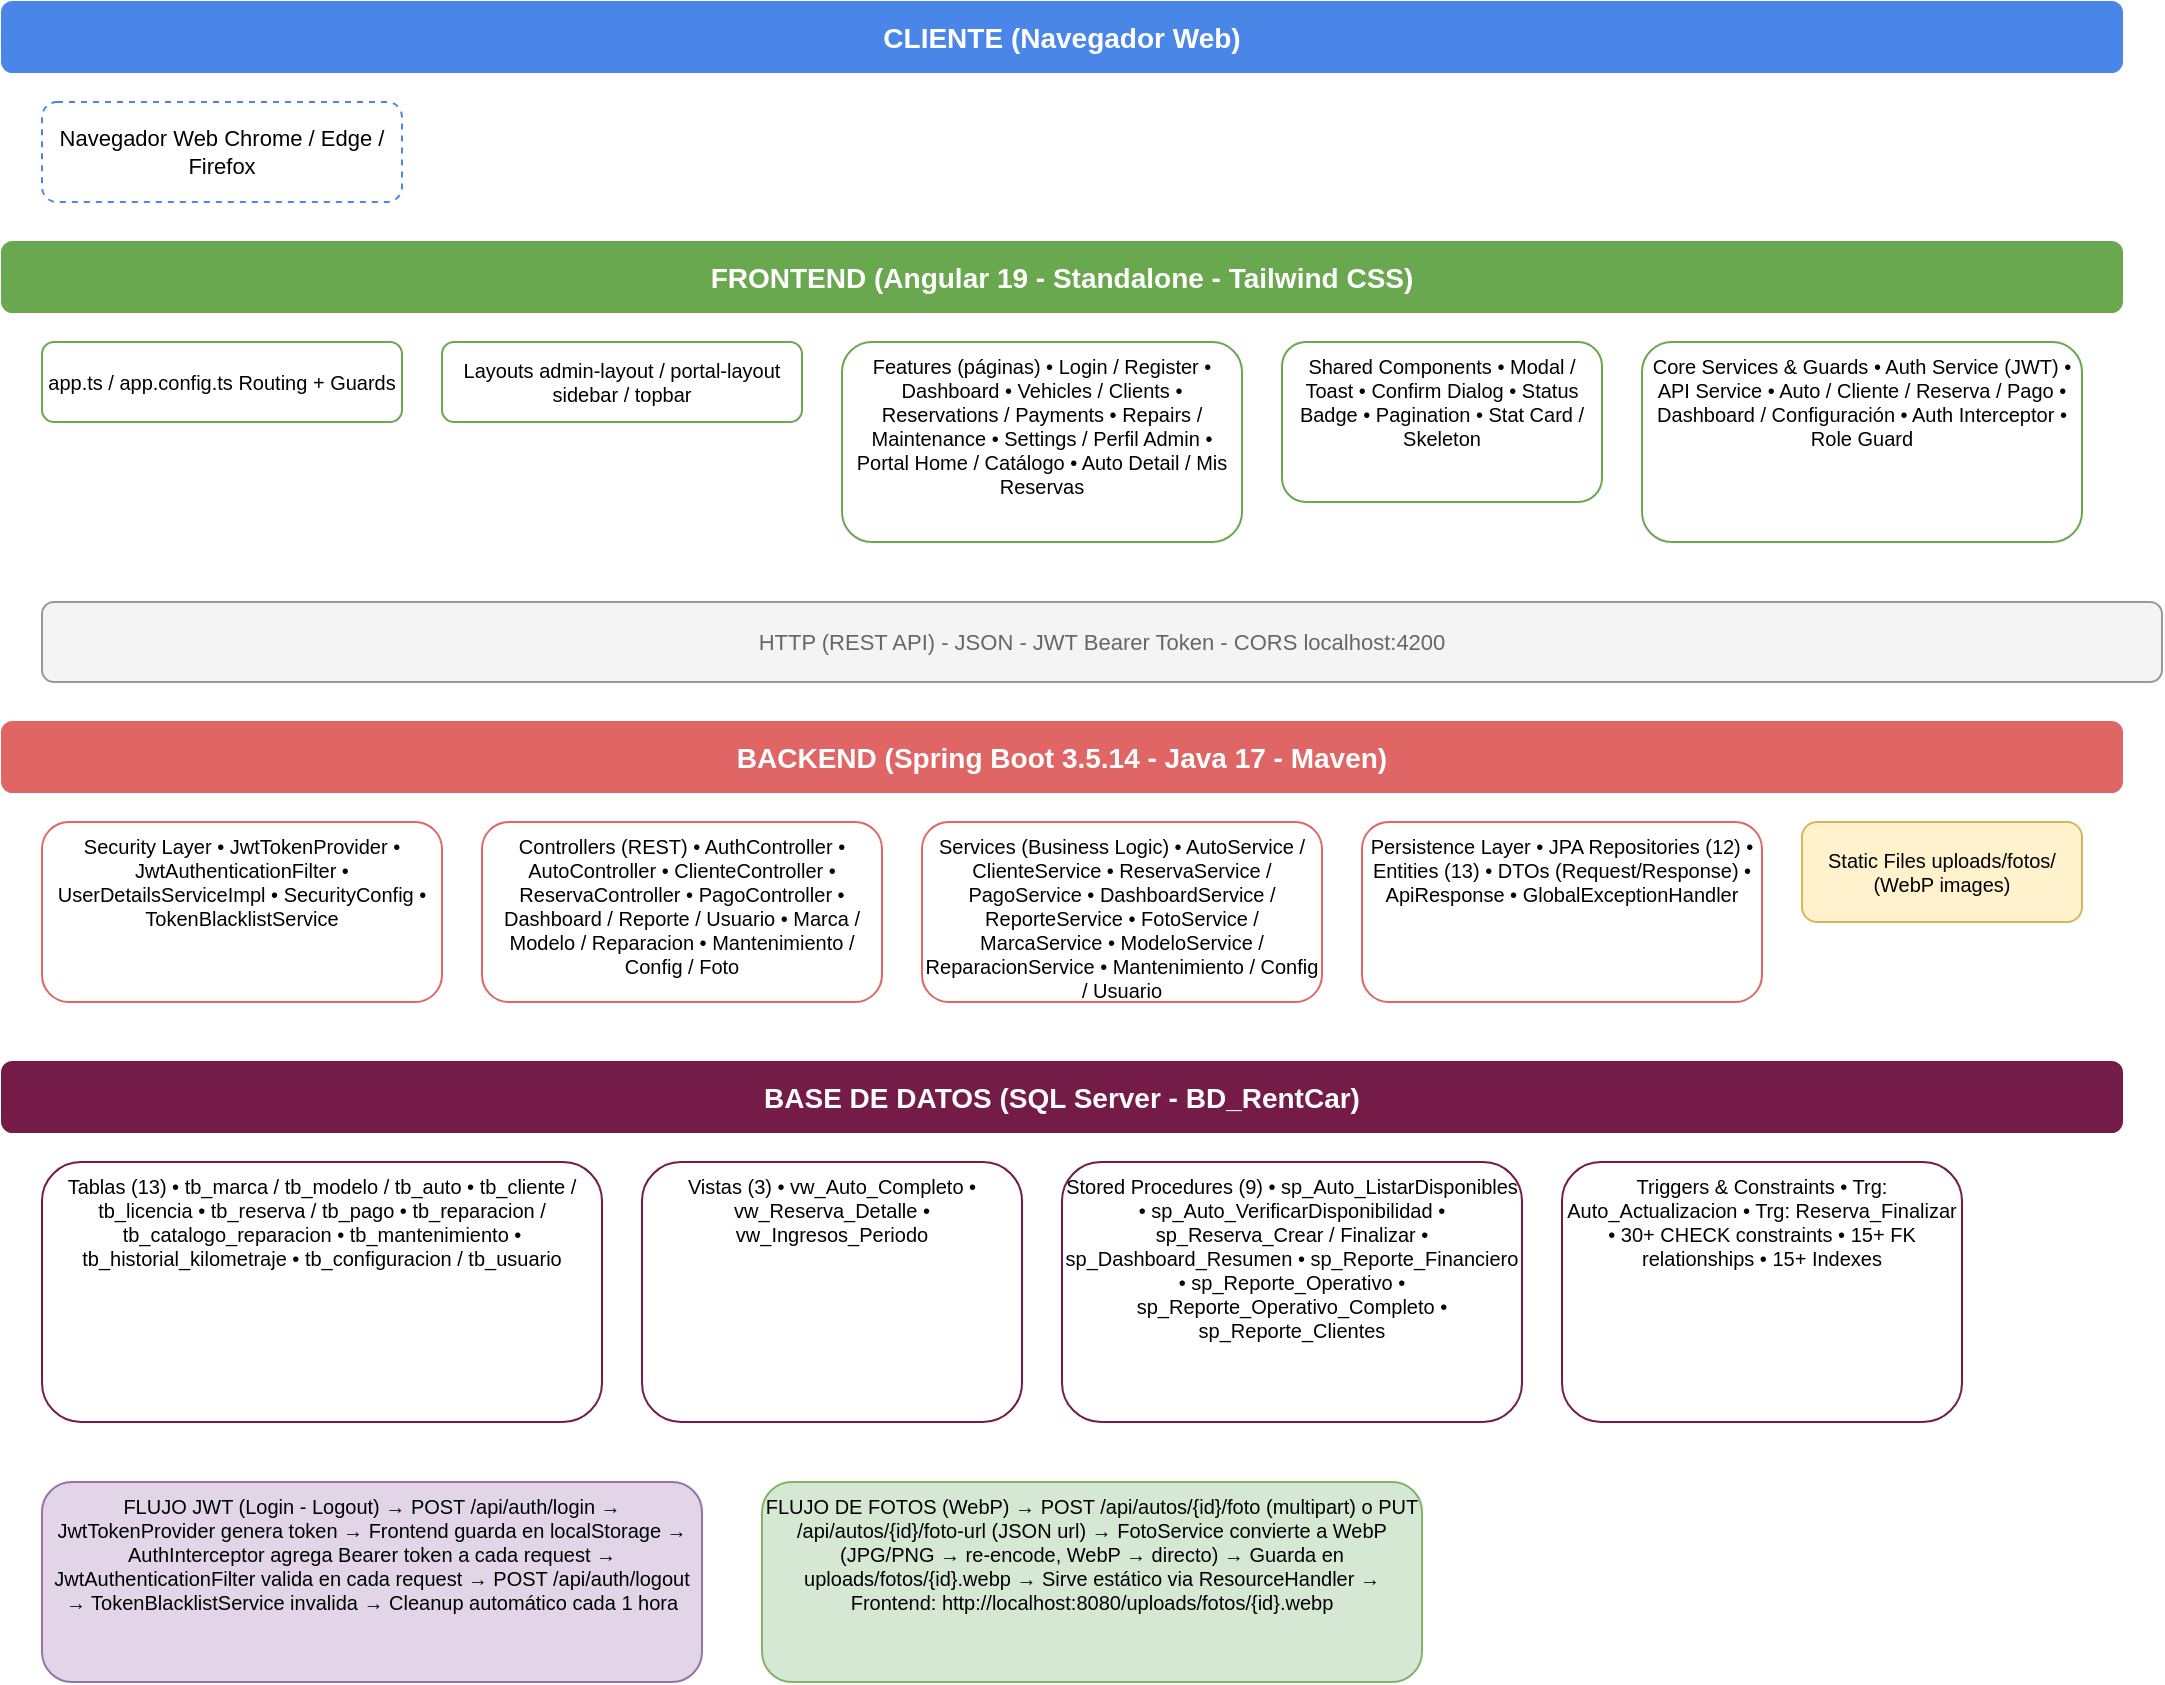
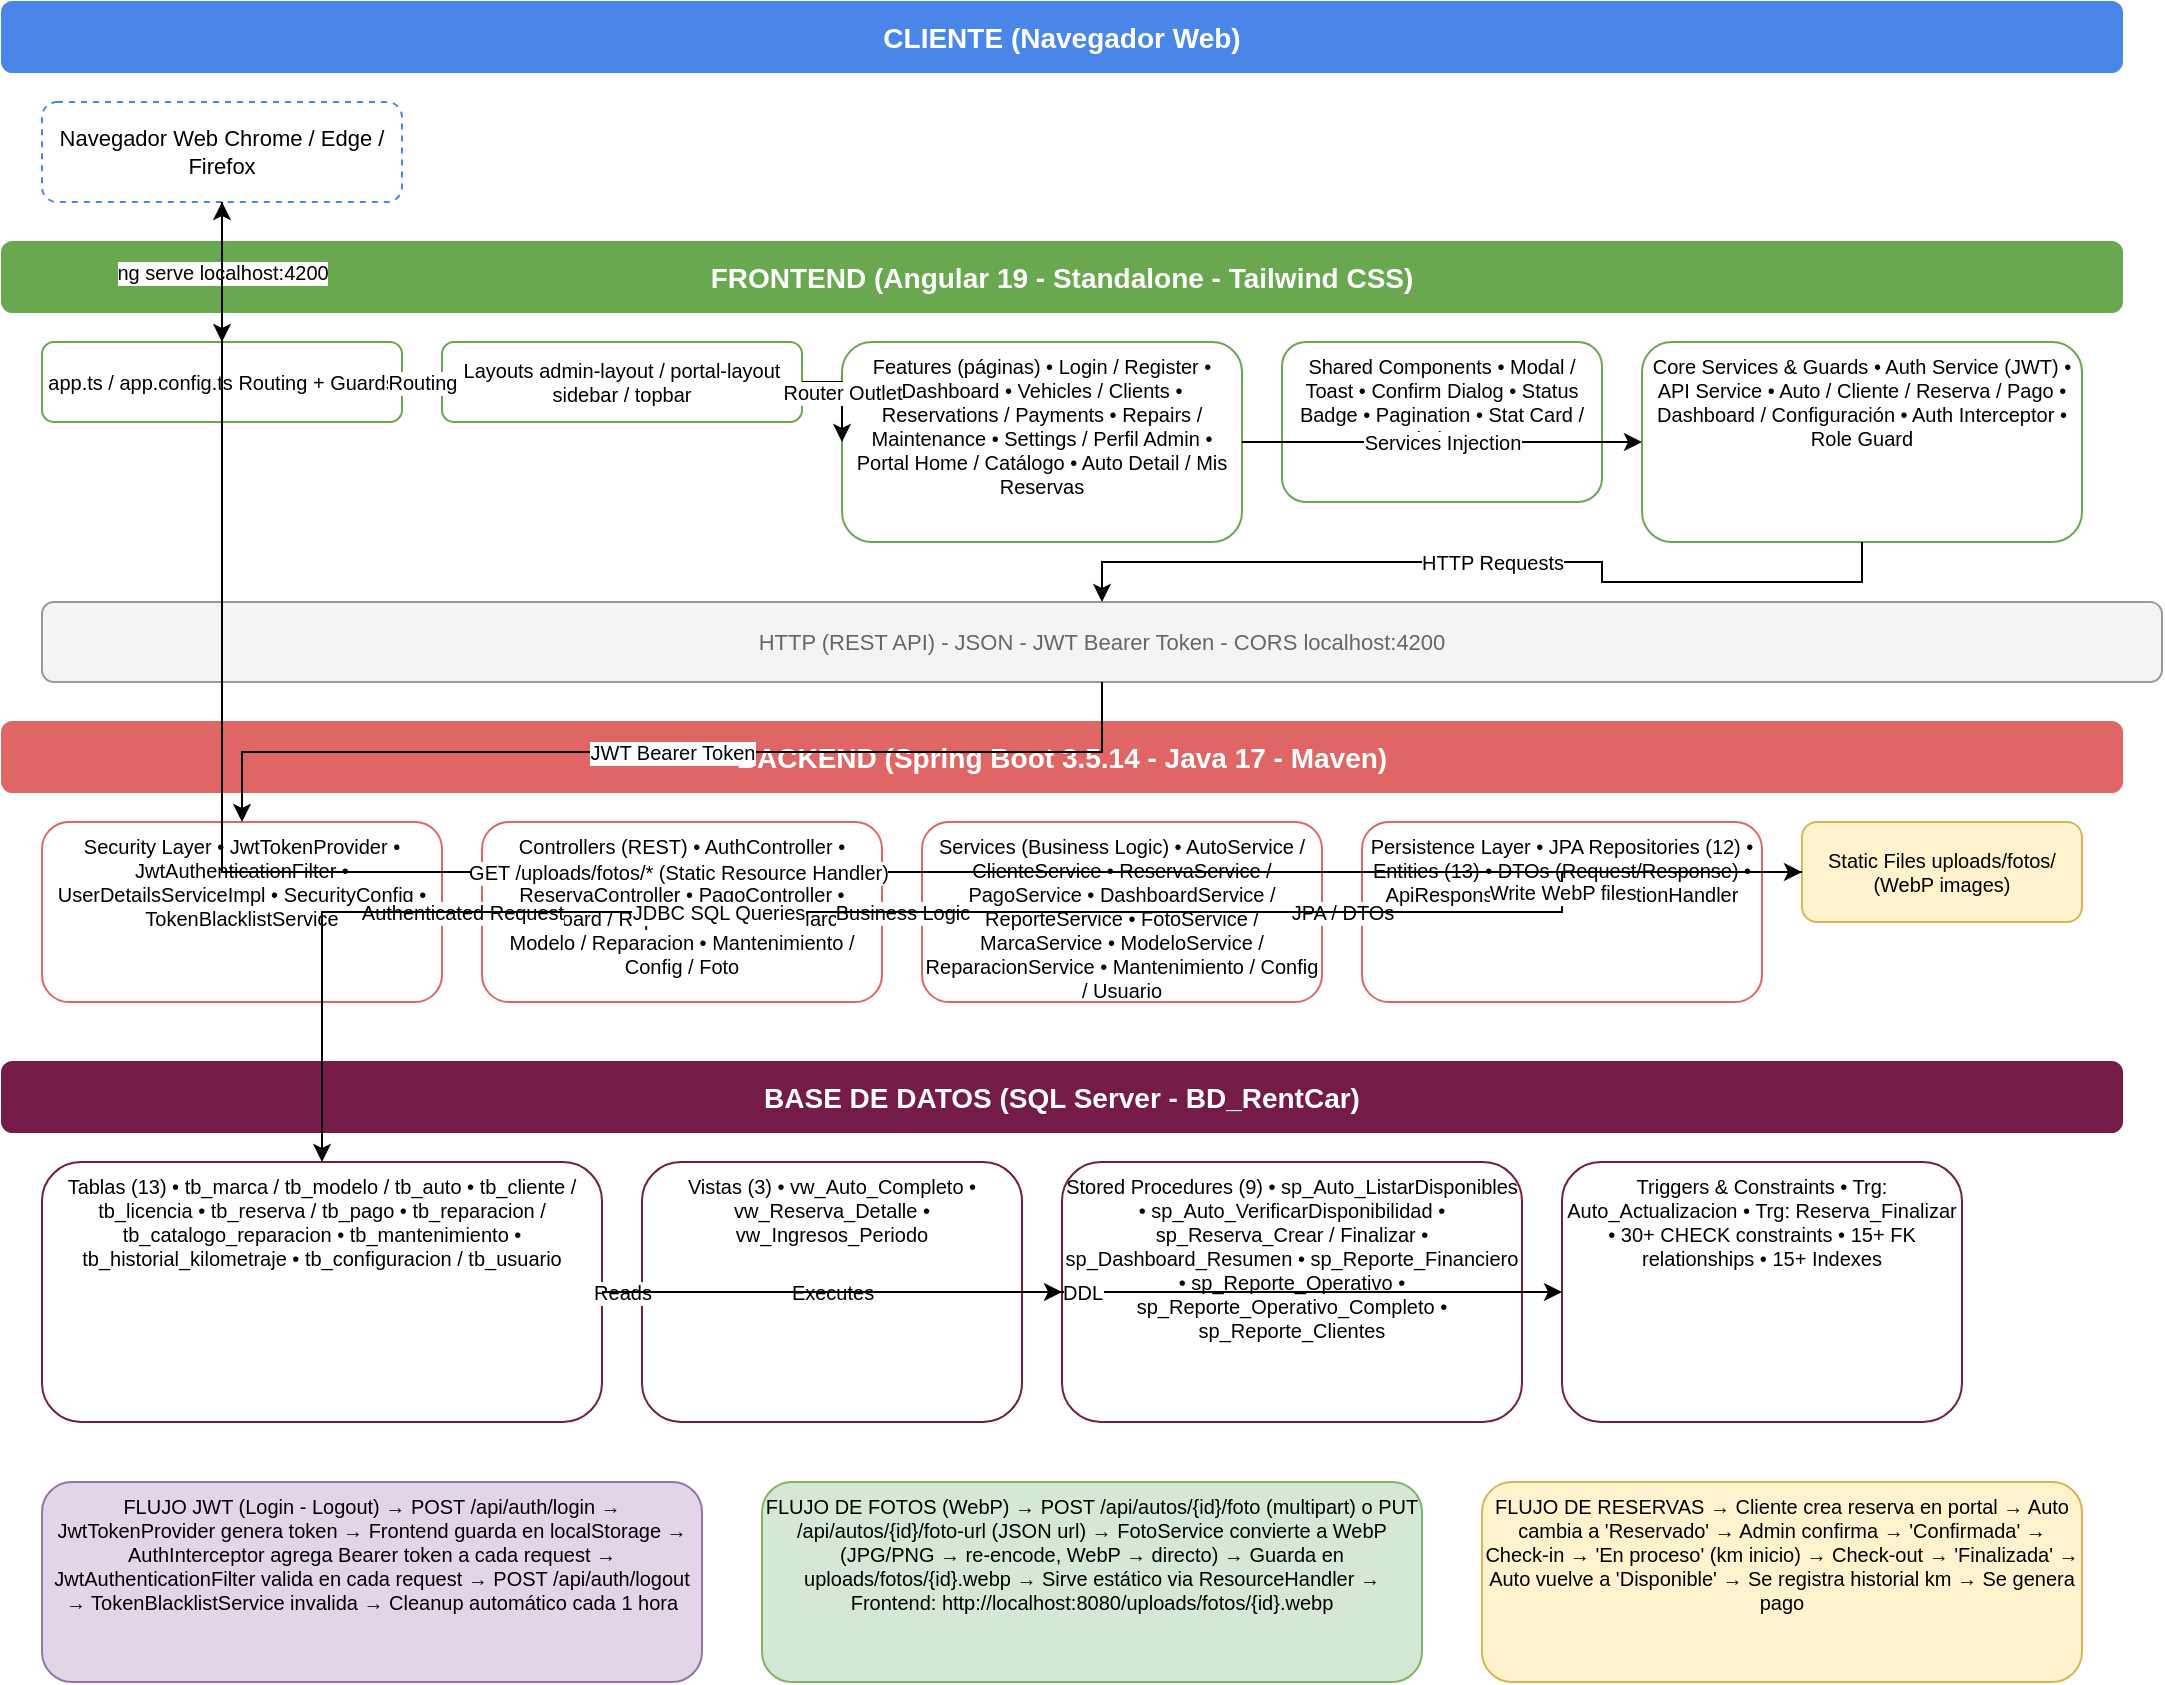
<?xml version="1.0" encoding="UTF-8"?>
<mxfile host="app.diagrams.net" modified="2026-06-20T05:00:00.000Z" agent="Mozilla/5.0 (Windows NT 10.0; Win64; x64)" version="21.6.5" type="device">
<diagram name="Arquitectura" id="page-arch">
<mxGraphModel dx="968" dy="618" grid="1" gridSize="10" guides="1" tooltips="1" connect="0" arrows="1" fold="1" page="1" pageScale="1" pageWidth="1169" pageHeight="1654" math="0" shadow="0">
<root>
<mxCell id="0"/>
<mxCell id="1" parent="0"/>
<mxCell id="n100" value="CLIENTE (Navegador Web)" style="rounded=1;whiteSpace=wrap;html=1;fillColor=#4a86e8;strokeColor=#4a86e8;fontSize=14;fontColor=#ffffff;fontStyle=1;" vertex="1" parent="1"><mxGeometry x="20" y="10" width="1060" height="35" as="geometry"/></mxCell>
<mxCell id="n101" value="Navegador Web
Chrome / Edge / Firefox" style="rounded=1;whiteSpace=wrap;html=1;fillColor=#ffffff;strokeColor=#4a86e8;fontSize=11;dashed=1;" vertex="1" parent="1"><mxGeometry x="40" y="60" width="180" height="50" as="geometry"/></mxCell>
<mxCell id="n102" value="FRONTEND (Angular 19 - Standalone - Tailwind CSS)" style="rounded=1;whiteSpace=wrap;html=1;fillColor=#6aa84f;strokeColor=#6aa84f;fontSize=14;fontColor=#ffffff;fontStyle=1;" vertex="1" parent="1"><mxGeometry x="20" y="130" width="1060" height="35" as="geometry"/></mxCell>
<mxCell id="n103" value="app.ts / app.config.ts
Routing + Guards" style="rounded=1;whiteSpace=wrap;html=1;fillColor=#ffffff;strokeColor=#6aa84f;fontSize=10;" vertex="1" parent="1"><mxGeometry x="40" y="180" width="180" height="40" as="geometry"/></mxCell>
<mxCell id="n104" value="Layouts
admin-layout / portal-layout
sidebar / topbar" style="rounded=1;whiteSpace=wrap;html=1;fillColor=#ffffff;strokeColor=#6aa84f;fontSize=10;" vertex="1" parent="1"><mxGeometry x="240" y="180" width="180" height="40" as="geometry"/></mxCell>
<mxCell id="n105" value="Features (páginas)
• Login / Register
• Dashboard
• Vehicles / Clients
• Reservations / Payments
• Repairs / Maintenance
• Settings / Perfil Admin
• Portal Home / Catálogo
• Auto Detail / Mis Reservas" style="rounded=1;whiteSpace=wrap;html=1;fillColor=#ffffff;strokeColor=#6aa84f;fontSize=10;verticalAlign=top;" vertex="1" parent="1"><mxGeometry x="440" y="180" width="200" height="100" as="geometry"/></mxCell>
<mxCell id="n106" value="Shared Components
• Modal / Toast
• Confirm Dialog
• Status Badge
• Pagination
• Stat Card / Skeleton" style="rounded=1;whiteSpace=wrap;html=1;fillColor=#ffffff;strokeColor=#6aa84f;fontSize=10;verticalAlign=top;" vertex="1" parent="1"><mxGeometry x="660" y="180" width="160" height="80" as="geometry"/></mxCell>
<mxCell id="n107" value="Core Services &amp; Guards
• Auth Service (JWT)
• API Service
• Auto / Cliente / Reserva / Pago
• Dashboard / Configuración
• Auth Interceptor
• Role Guard" style="rounded=1;whiteSpace=wrap;html=1;fillColor=#ffffff;strokeColor=#6aa84f;fontSize=10;verticalAlign=top;" vertex="1" parent="1"><mxGeometry x="840" y="180" width="220" height="100" as="geometry"/></mxCell>
<mxCell id="n108" value="HTTP (REST API) - JSON - JWT Bearer Token - CORS localhost:4200" style="rounded=1;whiteSpace=wrap;html=1;fillColor=#f4f4f4;strokeColor=#999;fontSize=11;fontColor=#666;" vertex="1" parent="1"><mxGeometry x="40" y="310" width="1060" height="40" as="geometry"/></mxCell>
<mxCell id="n109" value="BACKEND (Spring Boot 3.5.14 - Java 17 - Maven)" style="rounded=1;whiteSpace=wrap;html=1;fillColor=#e06666;strokeColor=#e06666;fontSize=14;fontColor=#ffffff;fontStyle=1;" vertex="1" parent="1"><mxGeometry x="20" y="370" width="1060" height="35" as="geometry"/></mxCell>
<mxCell id="n110" value="Security Layer
• JwtTokenProvider
• JwtAuthenticationFilter
• UserDetailsServiceImpl
• SecurityConfig
• TokenBlacklistService" style="rounded=1;whiteSpace=wrap;html=1;fillColor=#ffffff;strokeColor=#e06666;fontSize=10;verticalAlign=top;" vertex="1" parent="1"><mxGeometry x="40" y="420" width="200" height="90" as="geometry"/></mxCell>
<mxCell id="n111" value="Controllers (REST)
• AuthController
• AutoController
• ClienteController
• ReservaController
• PagoController
• Dashboard / Reporte / Usuario
• Marca / Modelo / Reparacion
• Mantenimiento / Config / Foto" style="rounded=1;whiteSpace=wrap;html=1;fillColor=#ffffff;strokeColor=#e06666;fontSize=10;verticalAlign=top;" vertex="1" parent="1"><mxGeometry x="260" y="420" width="200" height="90" as="geometry"/></mxCell>
<mxCell id="n112" value="Services (Business Logic)
• AutoService / ClienteService
• ReservaService / PagoService
• DashboardService / ReporteService
• FotoService / MarcaService
• ModeloService / ReparacionService
• Mantenimiento / Config / Usuario" style="rounded=1;whiteSpace=wrap;html=1;fillColor=#ffffff;strokeColor=#e06666;fontSize=10;verticalAlign=top;" vertex="1" parent="1"><mxGeometry x="480" y="420" width="200" height="90" as="geometry"/></mxCell>
<mxCell id="n113" value="Persistence Layer
• JPA Repositories (12)
• Entities (13)
• DTOs (Request/Response)
• ApiResponse &lt;T&gt;
• GlobalExceptionHandler" style="rounded=1;whiteSpace=wrap;html=1;fillColor=#ffffff;strokeColor=#e06666;fontSize=10;verticalAlign=top;" vertex="1" parent="1"><mxGeometry x="700" y="420" width="200" height="90" as="geometry"/></mxCell>
<mxCell id="n114" value="Static Files
uploads/fotos/
(WebP images)" style="rounded=1;whiteSpace=wrap;html=1;fillColor=#fff2cc;strokeColor=#d6b656;fontSize=10;" vertex="1" parent="1"><mxGeometry x="920" y="420" width="140" height="50" as="geometry"/></mxCell>
<mxCell id="n115" value="BASE DE DATOS (SQL Server - BD_RentCar)" style="rounded=1;whiteSpace=wrap;html=1;fillColor=#741b47;strokeColor=#741b47;fontSize=14;fontColor=#ffffff;fontStyle=1;" vertex="1" parent="1"><mxGeometry x="20" y="540" width="1060" height="35" as="geometry"/></mxCell>
<mxCell id="n116" value="Tablas (13)
• tb_marca / tb_modelo / tb_auto
• tb_cliente / tb_licencia
• tb_reserva / tb_pago
• tb_reparacion / tb_catalogo_reparacion
• tb_mantenimiento
• tb_historial_kilometraje
• tb_configuracion / tb_usuario" style="rounded=1;whiteSpace=wrap;html=1;fillColor=#ffffff;strokeColor=#741b47;fontSize=10;verticalAlign=top;" vertex="1" parent="1"><mxGeometry x="40" y="590" width="280" height="130" as="geometry"/></mxCell>
<mxCell id="n117" value="Vistas (3)
• vw_Auto_Completo
• vw_Reserva_Detalle
• vw_Ingresos_Periodo" style="rounded=1;whiteSpace=wrap;html=1;fillColor=#ffffff;strokeColor=#741b47;fontSize=10;verticalAlign=top;" vertex="1" parent="1"><mxGeometry x="340" y="590" width="190" height="130" as="geometry"/></mxCell>
<mxCell id="n118" value="Stored Procedures (9)
• sp_Auto_ListarDisponibles
• sp_Auto_VerificarDisponibilidad
• sp_Reserva_Crear / Finalizar
• sp_Dashboard_Resumen
• sp_Reporte_Financiero
• sp_Reporte_Operativo
• sp_Reporte_Operativo_Completo
• sp_Reporte_Clientes" style="rounded=1;whiteSpace=wrap;html=1;fillColor=#ffffff;strokeColor=#741b47;fontSize=10;verticalAlign=top;" vertex="1" parent="1"><mxGeometry x="550" y="590" width="230" height="130" as="geometry"/></mxCell>
<mxCell id="n119" value="Triggers &amp; Constraints
• Trg: Auto_Actualizacion
• Trg: Reserva_Finalizar
• 30+ CHECK constraints
• 15+ FK relationships
• 15+ Indexes" style="rounded=1;whiteSpace=wrap;html=1;fillColor=#ffffff;strokeColor=#741b47;fontSize=10;verticalAlign=top;" vertex="1" parent="1"><mxGeometry x="800" y="590" width="200" height="130" as="geometry"/></mxCell>
<mxCell id="n120" value="FLUJO JWT (Login - Logout)
→ POST /api/auth/login → JwtTokenProvider genera token
→ Frontend guarda en localStorage
→ AuthInterceptor agrega Bearer token a cada request
→ JwtAuthenticationFilter valida en cada request
→ POST /api/auth/logout → TokenBlacklistService invalida
→ Cleanup automático cada 1 hora" style="rounded=1;whiteSpace=wrap;html=1;fillColor=#e1d5e7;strokeColor=#9673a6;fontSize=10;verticalAlign=top;" vertex="1" parent="1"><mxGeometry x="40" y="750" width="330" height="100" as="geometry"/></mxCell>
<mxCell id="n121" value="FLUJO DE FOTOS (WebP)
→ POST /api/autos/{id}/foto (multipart)
   o PUT /api/autos/{id}/foto-url (JSON url)
→ FotoService convierte a WebP
   (JPG/PNG → re-encode, WebP → directo)
→ Guarda en uploads/fotos/{id}.webp
→ Sirve estático via ResourceHandler
→ Frontend: http://localhost:8080/uploads/fotos/{id}.webp" style="rounded=1;whiteSpace=wrap;html=1;fillColor=#d5e8d4;strokeColor=#82b366;fontSize=10;verticalAlign=top;" vertex="1" parent="1"><mxGeometry x="400" y="750" width="330" height="100" as="geometry"/></mxCell>
<mxCell id="n122" value="FLUJO DE RESERVAS
→ Cliente crea reserva en portal
→ Auto cambia a 'Reservado'
- → Admin confirma → "Confirmada"
- → Check-in → "En proceso" (km inicio)
- → Check-out → "Finalizada"
+ → Admin confirma → 'Confirmada'
+ → Check-in → 'En proceso' (km inicio)
+ → Check-out → 'Finalizada'
   → Auto vuelve a 'Disponible'
   → Se registra historial km
   → Se genera pago" style="rounded=1;whiteSpace=wrap;html=1;fillColor=#fff2cc;strokeColor=#d6b656;fontSize=10;verticalAlign=top;" vertex="1" parent="1"><mxGeometry x="760" y="750" width="300" height="100" as="geometry"/></mxCell>
<mxCell id="e1000" value="ng serve
localhost:4200" style="edgeStyle=orthogonalEdgeStyle;rounded=0;orthogonalLoop=1;jettySize=auto;html=1;fontSize=10;" edge="1" parent="1" source="n101" target="n103"><mxGeometry relative="1" as="geometry"/></mxCell>
<mxCell id="e1001" value="Routing" style="edgeStyle=orthogonalEdgeStyle;rounded=0;orthogonalLoop=1;jettySize=auto;html=1;fontSize=10;" edge="1" parent="1" source="n103" target="n104"><mxGeometry relative="1" as="geometry"/></mxCell>
<mxCell id="e1002" value="Router
Outlet" style="edgeStyle=orthogonalEdgeStyle;rounded=0;orthogonalLoop=1;jettySize=auto;html=1;fontSize=10;" edge="1" parent="1" source="n104" target="n105"><mxGeometry relative="1" as="geometry"/></mxCell>
<mxCell id="e1003" value="Services
Injection" style="edgeStyle=orthogonalEdgeStyle;rounded=0;orthogonalLoop=1;jettySize=auto;html=1;fontSize=10;" edge="1" parent="1" source="n105" target="n107"><mxGeometry relative="1" as="geometry"/></mxCell>
<mxCell id="e1004" value="HTTP
Requests" style="edgeStyle=orthogonalEdgeStyle;rounded=0;orthogonalLoop=1;jettySize=auto;html=1;fontSize=10;" edge="1" parent="1" source="n107" target="n108"><mxGeometry relative="1" as="geometry"/></mxCell>
<mxCell id="e1005" value="JWT Bearer
Token" style="edgeStyle=orthogonalEdgeStyle;rounded=0;orthogonalLoop=1;jettySize=auto;html=1;fontSize=10;entryX=0.5;entryY=0;" edge="1" parent="1" source="n108" target="n110"><mxGeometry relative="1" as="geometry"/></mxCell>
<mxCell id="e1006" value="Authenticated
Request" style="edgeStyle=orthogonalEdgeStyle;rounded=0;orthogonalLoop=1;jettySize=auto;html=1;fontSize=10;" edge="1" parent="1" source="n110" target="n111"><mxGeometry relative="1" as="geometry"/></mxCell>
<mxCell id="e1007" value="Business
Logic" style="edgeStyle=orthogonalEdgeStyle;rounded=0;orthogonalLoop=1;jettySize=auto;html=1;fontSize=10;" edge="1" parent="1" source="n111" target="n112"><mxGeometry relative="1" as="geometry"/></mxCell>
<mxCell id="e1008" value="JPA / DTOs" style="edgeStyle=orthogonalEdgeStyle;rounded=0;orthogonalLoop=1;jettySize=auto;html=1;fontSize=10;" edge="1" parent="1" source="n112" target="n113"><mxGeometry relative="1" as="geometry"/></mxCell>
<mxCell id="e1009" value="JDBC
SQL Queries" style="edgeStyle=orthogonalEdgeStyle;rounded=0;orthogonalLoop=1;jettySize=auto;html=1;fontSize=10;" edge="1" parent="1" source="n113" target="n116"><mxGeometry relative="1" as="geometry"/></mxCell>
<mxCell id="e1010" value="Reads" style="edgeStyle=orthogonalEdgeStyle;rounded=0;orthogonalLoop=1;jettySize=auto;html=1;fontSize=10;" edge="1" parent="1" source="n116" target="n117"><mxGeometry relative="1" as="geometry"/></mxCell>
<mxCell id="e1011" value="Executes" style="edgeStyle=orthogonalEdgeStyle;rounded=0;orthogonalLoop=1;jettySize=auto;html=1;fontSize=10;" edge="1" parent="1" source="n116" target="n118"><mxGeometry relative="1" as="geometry"/></mxCell>
<mxCell id="e1012" value="DDL" style="edgeStyle=orthogonalEdgeStyle;rounded=0;orthogonalLoop=1;jettySize=auto;html=1;fontSize=10;" edge="1" parent="1" source="n116" target="n119"><mxGeometry relative="1" as="geometry"/></mxCell>
<mxCell id="e1013" value="Write WebP
files" style="edgeStyle=orthogonalEdgeStyle;rounded=0;orthogonalLoop=1;jettySize=auto;html=1;fontSize=10;" edge="1" parent="1" source="n112" target="n114"><mxGeometry relative="1" as="geometry"/></mxCell>
<mxCell id="e1014" value="GET /uploads/fotos/*
(Static Resource
Handler)" style="edgeStyle=orthogonalEdgeStyle;rounded=0;orthogonalLoop=1;jettySize=auto;html=1;fontSize=10;" edge="1" parent="1" source="n114" target="n101"><mxGeometry relative="1" as="geometry"/></mxCell>
</root>
</mxGraphModel>
</diagram>
</mxfile>